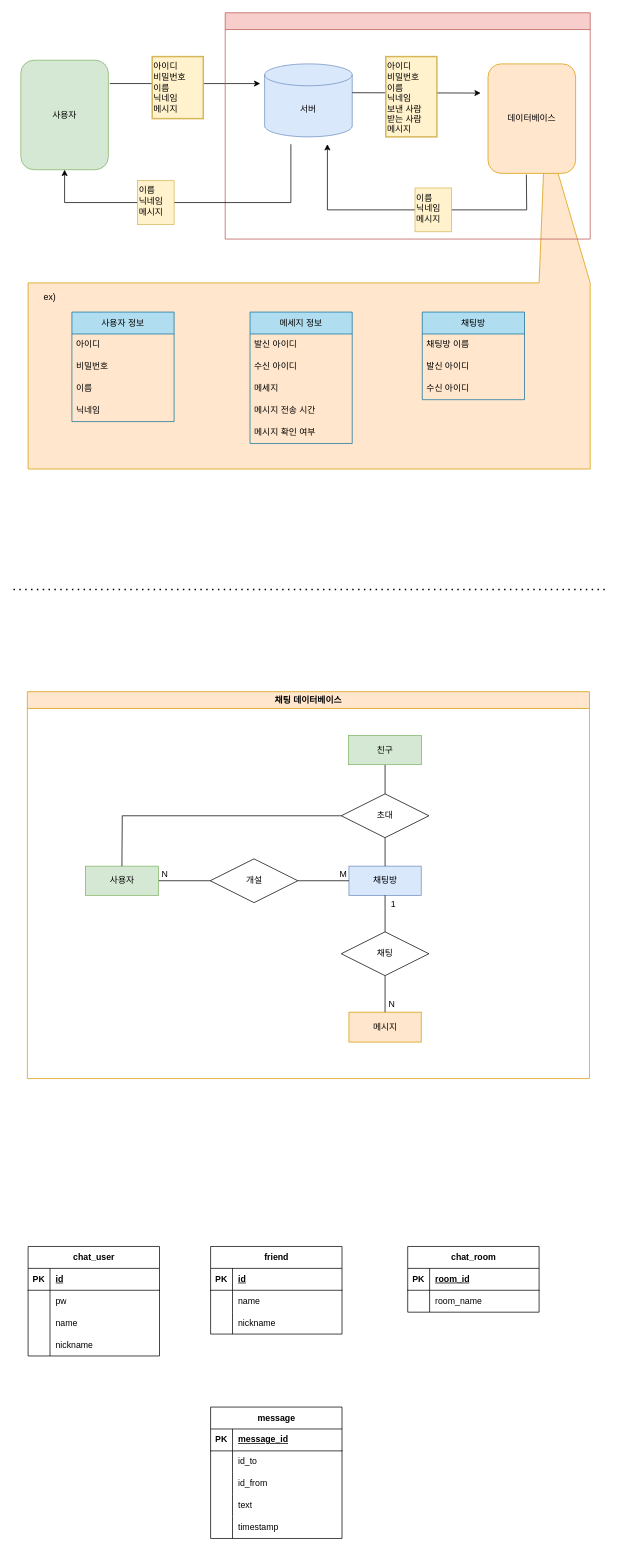
The draw.io diagram 채팅 다이어그램.drawio in jh051777/chat, before the edit. Source tidied: cells renumbered, new cells numbered last; positions are measured from the earlier drawing's top-left corner, leaving out a move shared by most shapes. Both pictures are drawn from the tidied source at 73%, with x=0, y=0 at pixel (13, 12).
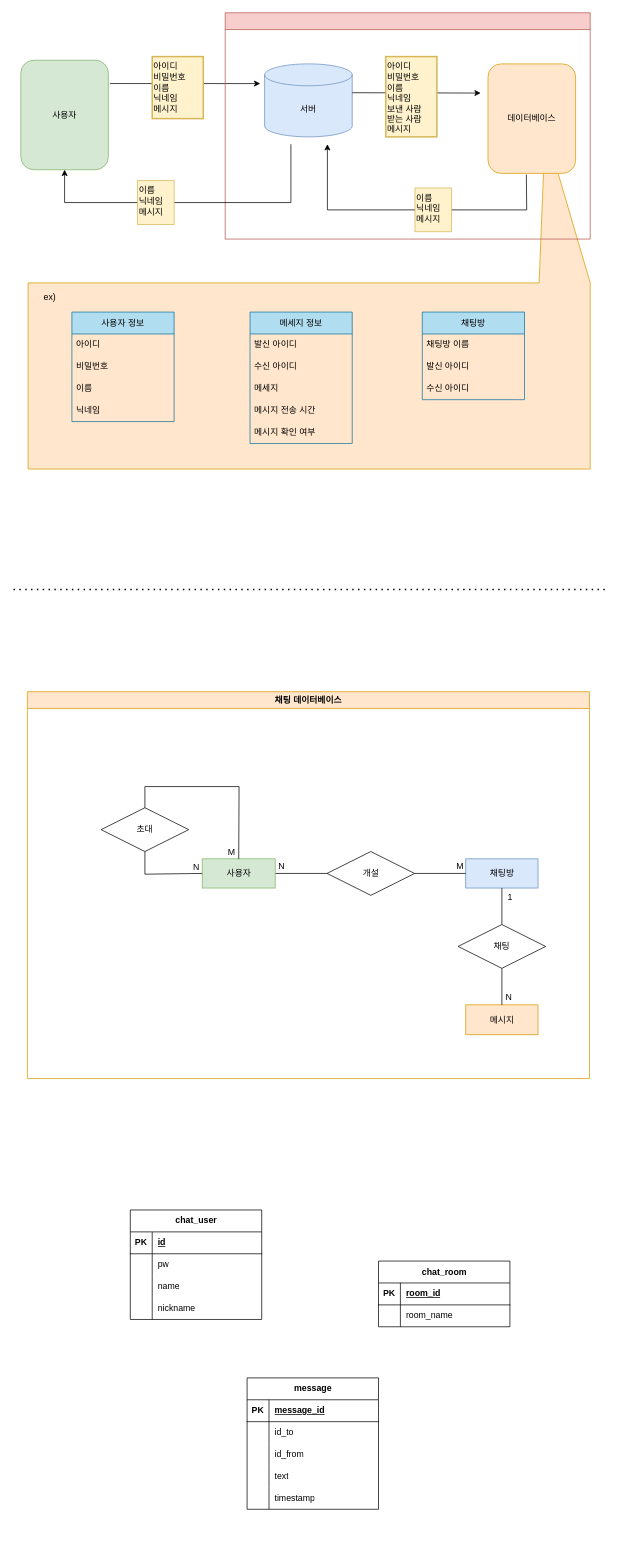
The same page after the edit.

Commit message:
채팅 다이어그램.drawio 업데이트

The change refers to these unchanged cells:
```xml
<mxCell id="31" value="채팅 데이터베이스" style="swimlane;whiteSpace=wrap;html=1;fillColor=#ffe6cc;strokeColor=#d79b00;" parent="1" vertex="1">
  <mxGeometry x="19" y="930" width="770" height="530" as="geometry" />
</mxCell>
<mxCell id="33" style="endArrow=none;html=1;rounded=0;exitX=0;exitY=0.5;exitDx=0;exitDy=0;entryX=1;entryY=0.5;entryDx=0;entryDy=0;" parent="31" edge="1" source="32" target="40">
  <mxGeometry relative="1" as="geometry" />
</mxCell>
```

What changed in the source:
```diff
@@
     <mxCell id="32" value="개설" style="shape=rhombus;perimeter=rhombusPerimeter;whiteSpace=wrap;html=1;align=center;" parent="31" vertex="1">
-      <mxGeometry x="250.5" y="229" width="120" height="60" as="geometry" />
+      <mxGeometry x="410.5" y="219" width="120" height="60" as="geometry" />
     </mxCell>
@@
+    <mxCell id="97" value="N" style="html=1;whiteSpace=wrap;align=right;verticalAlign=bottom;" parent="33" vertex="1">
+      <mxGeometry x="1" relative="1" as="geometry">
+        <mxPoint x="-103" as="offset" />
+      </mxGeometry>
+    </mxCell>
+    <mxCell id="98" value="M" style="html=1;whiteSpace=wrap;align=right;verticalAlign=bottom;" parent="33" vertex="1">
+      <mxGeometry x="1" relative="1" as="geometry">
+        <mxPoint x="-54" y="-21" as="offset" />
+      </mxGeometry>
+    </mxCell>
     <mxCell id="37" value="채팅방" style="rounded=0;whiteSpace=wrap;html=1;fillColor=#dae8fc;strokeColor=#6c8ebf;" parent="31" vertex="1">
-      <mxGeometry x="440.5" y="239" width="99" height="40" as="geometry" />
+      <mxGeometry x="600.5" y="229" width="99" height="40" as="geometry" />
     </mxCell>
@@
     <mxCell id="40" value="사용자" style="whiteSpace=wrap;html=1;align=center;fillColor=#d5e8d4;strokeColor=#82b366;" parent="31" vertex="1">
-      <mxGeometry x="79.5" y="239" width="100" height="40" as="geometry" />
+      <mxGeometry x="239.5" y="229" width="100" height="40" as="geometry" />
     </mxCell>
     <mxCell id="41" value="메시지" style="whiteSpace=wrap;html=1;align=center;fillColor=#ffe6cc;strokeColor=#d79b00;" parent="31" vertex="1">
-      <mxGeometry x="440.5" y="439" width="99" height="41" as="geometry" />
+      <mxGeometry x="600.5" y="429" width="99" height="41" as="geometry" />
     </mxCell>
-    <mxCell id="42" style="rounded=0;jettySize=auto;html=1;endArrow=none;endFill=0;" parent="31" edge="1" source="43" target="48">
-      <mxGeometry relative="1" as="geometry" />
-    </mxCell>
-    <mxCell id="43" value="친구" style="whiteSpace=wrap;html=1;align=center;fillColor=#d5e8d4;strokeColor=#82b366;" parent="31" vertex="1">
-      <mxGeometry x="440" y="60" width="100" height="40" as="geometry" />
-    </mxCell>
@@
     <mxCell id="46" value="채팅" style="shape=rhombus;perimeter=rhombusPerimeter;whiteSpace=wrap;html=1;align=center;" parent="31" vertex="1">
-      <mxGeometry x="430" y="329" width="120" height="60" as="geometry" />
+      <mxGeometry x="590" y="319" width="120" height="60" as="geometry" />
     </mxCell>
-    <mxCell id="47" style="rounded=0;jettySize=auto;html=1;endArrow=none;endFill=0;" parent="31" edge="1" source="48" target="37">
-      <mxGeometry relative="1" as="geometry" />
+    <mxCell id="47" style="rounded=0;jettySize=auto;html=1;endArrow=none;endFill=0;entryX=0;entryY=0.5;entryDx=0;entryDy=0;" parent="31" edge="1" source="48" target="40">
+      <mxGeometry relative="1" as="geometry">
+        <Array as="points">
+          <mxPoint x="161" y="250" />
+        </Array>
+      </mxGeometry>
     </mxCell>
     <mxCell id="48" value="초대" style="shape=rhombus;perimeter=rhombusPerimeter;whiteSpace=wrap;html=1;align=center;" parent="31" vertex="1">
-      <mxGeometry x="430" y="140" width="120" height="60" as="geometry" />
+      <mxGeometry x="101" y="159" width="120" height="60" as="geometry" />
     </mxCell>
-    <mxCell id="49" style="endArrow=none;html=1;rounded=0;exitX=0.5;exitY=0;exitDx=0;exitDy=0;entryX=0;entryY=0.5;entryDx=0;entryDy=0;" parent="31" edge="1" source="40" target="48">
+    <mxCell id="49" style="endArrow=none;html=1;rounded=0;exitX=0.5;exitY=0;exitDx=0;exitDy=0;entryX=0.5;entryY=0;entryDx=0;entryDy=0;" parent="31" edge="1" source="40" target="48">
       <mxGeometry relative="1" as="geometry">
         <Array as="points">
-          <mxPoint x="130" y="170" />
+          <mxPoint x="290" y="130" />
+          <mxPoint x="161" y="130" />
         </Array>
       </mxGeometry>
     </mxCell>
@@
     <mxCell id="51" value="chat_user" style="shape=table;startSize=30;childLayout=tableLayout;rowLines=0;fontStyle=1;align=center;html=1;" parent="1" vertex="1">
-      <mxGeometry x="20" y="1690" width="180" height="150" as="geometry" />
+      <mxGeometry x="160" y="1640" width="180" height="150" as="geometry" />
     </mxCell>
@@
-    <mxCell id="64" value="friend" style="shape=table;startSize=30;childLayout=tableLayout;rowLines=0;fontStyle=1;align=center;html=1;" parent="1" vertex="1">
-      <mxGeometry x="270" y="1690" width="180" height="120" as="geometry" />
-    </mxCell>
-    <mxCell id="65" style="shape=tableRow;horizontal=0;startSize=0;swimlaneHead=0;swimlaneBody=0;fillColor=none;top=0;left=0;right=0;bottom=1;" parent="64" vertex="1">
-      <mxGeometry y="30" width="180" height="30" as="geometry" />
-    </mxCell>
-    <mxCell id="66" value="PK" style="shape=partialRectangle;fillColor=none;top=0;left=0;bottom=0;right=0;fontStyle=1;overflow=hidden;whiteSpace=wrap;html=1;" parent="65" vertex="1">
-      <mxGeometry width="30" height="30" as="geometry" />
-    </mxCell>
-    <mxCell id="67" value="id" style="shape=partialRectangle;fillColor=none;top=0;left=0;bottom=0;right=0;align=left;spacingLeft=6;fontStyle=5;overflow=hidden;whiteSpace=wrap;html=1;" parent="65" vertex="1">
-      <mxGeometry x="30" width="150" height="30" as="geometry" />
-    </mxCell>
-    <mxCell id="68" style="shape=tableRow;horizontal=0;startSize=0;swimlaneHead=0;swimlaneBody=0;fillColor=none;top=0;left=0;right=0;bottom=0;" parent="64" vertex="1">
-      <mxGeometry y="60" width="180" height="30" as="geometry" />
-    </mxCell>
-    <mxCell id="69" style="shape=partialRectangle;fillColor=none;top=0;left=0;bottom=0;right=0;overflow=hidden;whiteSpace=wrap;html=1;" parent="68" vertex="1">
-      <mxGeometry width="30" height="30" as="geometry" />
-    </mxCell>
-    <mxCell id="70" value="name" style="shape=partialRectangle;fillColor=none;top=0;left=0;bottom=0;right=0;align=left;spacingLeft=6;overflow=hidden;whiteSpace=wrap;html=1;" parent="68" vertex="1">
-      <mxGeometry x="30" width="150" height="30" as="geometry" />
-    </mxCell>
-    <mxCell id="71" style="shape=tableRow;horizontal=0;startSize=0;swimlaneHead=0;swimlaneBody=0;fillColor=none;top=0;left=0;right=0;bottom=0;" parent="64" vertex="1">
-      <mxGeometry y="90" width="180" height="30" as="geometry" />
-    </mxCell>
-    <mxCell id="72" style="shape=partialRectangle;fillColor=none;top=0;left=0;bottom=0;right=0;overflow=hidden;whiteSpace=wrap;html=1;" parent="71" vertex="1">
-      <mxGeometry width="30" height="30" as="geometry" />
-    </mxCell>
-    <mxCell id="73" value="nickname" style="shape=partialRectangle;fillColor=none;top=0;left=0;bottom=0;right=0;align=left;spacingLeft=6;overflow=hidden;whiteSpace=wrap;html=1;" parent="71" vertex="1">
-      <mxGeometry x="30" width="150" height="30" as="geometry" />
-    </mxCell>
     <mxCell id="74" value="chat_room" style="shape=table;startSize=30;childLayout=tableLayout;rowLines=0;fontStyle=1;align=center;html=1;" parent="1" vertex="1">
-      <mxGeometry x="540" y="1690" width="180" height="90" as="geometry" />
+      <mxGeometry x="500" y="1710" width="180" height="90" as="geometry" />
     </mxCell>
@@
     <mxCell id="81" value="message" style="shape=table;startSize=30;childLayout=tableLayout;rowLines=0;fontStyle=1;align=center;html=1;" parent="1" vertex="1">
-      <mxGeometry x="270" y="1910" width="180" height="180" as="geometry" />
+      <mxGeometry x="320" y="1870" width="180" height="180" as="geometry" />
     </mxCell>
```
